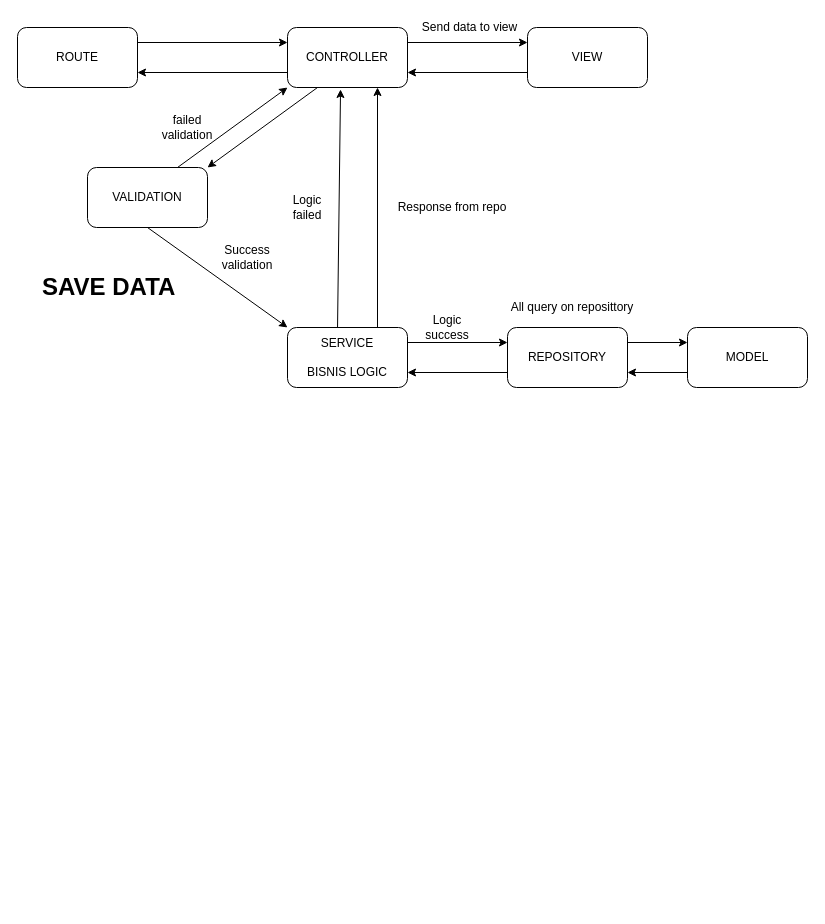
Above: Untitled Diagram.drawio in agungnfz/jobqu (draw.io), before the change. Source tidied: cells renumbered, new cells numbered last; positions are measured from the earlier drawing's top-left corner, leaving out a move shared by most shapes. Both pictures are drawn from the tidied source at 100%, with x=0, y=0 at pixel (17, 17).
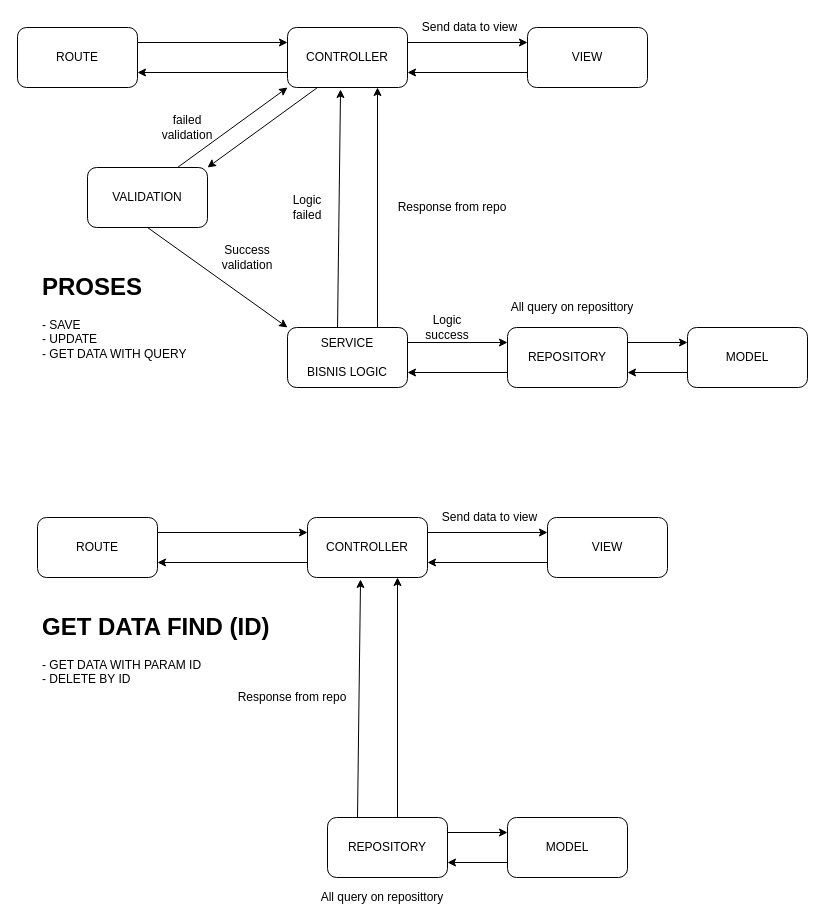
After the change.

Change to the diagram source:
```diff
@@
-    <mxCell id="20" value="&lt;h1&gt;SAVE DATA&lt;br&gt;&lt;/h1&gt;" style="text;html=1;strokeColor=none;fillColor=none;spacing=5;spacingTop=-20;whiteSpace=wrap;overflow=hidden;rounded=0;" parent="1" vertex="1">
-      <mxGeometry x="20" y="250" width="190" height="40" as="geometry" />
+    <mxCell id="20" value="&lt;h1&gt;PROSES&lt;/h1&gt;&lt;div&gt;- SAVE&lt;/div&gt;&lt;div&gt;- UPDATE&lt;/div&gt;&lt;div&gt;- GET DATA WITH QUERY&lt;/div&gt;" style="text;html=1;strokeColor=none;fillColor=none;spacing=5;spacingTop=-20;whiteSpace=wrap;overflow=hidden;rounded=0;" parent="1" vertex="1">
+      <mxGeometry x="20" y="250" width="220" height="100" as="geometry" />
     </mxCell>
@@
+    <mxCell id="30" value="ROUTE" style="rounded=1;whiteSpace=wrap;html=1;" parent="1" vertex="1">
+      <mxGeometry x="20" y="500" width="120" height="60" as="geometry" />
+    </mxCell>
+    <mxCell id="31" value="CONTROLLER" style="rounded=1;whiteSpace=wrap;html=1;" parent="1" vertex="1">
+      <mxGeometry x="290" y="500" width="120" height="60" as="geometry" />
+    </mxCell>
+    <mxCell id="32" value="REPOSITORY" style="rounded=1;whiteSpace=wrap;html=1;" parent="1" vertex="1">
+      <mxGeometry x="310" y="800" width="120" height="60" as="geometry" />
+    </mxCell>
+    <mxCell id="33" value="MODEL" style="rounded=1;whiteSpace=wrap;html=1;" parent="1" vertex="1">
+      <mxGeometry x="490" y="800" width="120" height="60" as="geometry" />
+    </mxCell>
+    <mxCell id="34" style="endArrow=classic;html=1;exitX=1;exitY=0.25;exitDx=0;exitDy=0;entryX=0;entryY=0.25;entryDx=0;entryDy=0;" parent="1" edge="1" source="32" target="33">
+      <mxGeometry relative="1" as="geometry" />
+    </mxCell>
+    <mxCell id="35" style="endArrow=classic;html=1;exitX=0;exitY=0.75;exitDx=0;exitDy=0;entryX=1;entryY=0.75;entryDx=0;entryDy=0;" parent="1" edge="1" source="33" target="32">
+      <mxGeometry relative="1" as="geometry" />
+    </mxCell>
+    <mxCell id="36" style="endArrow=classic;html=1;exitX=0.75;exitY=0;exitDx=0;exitDy=0;entryX=0.75;entryY=1;entryDx=0;entryDy=0;" parent="1" edge="1" target="31">
+      <mxGeometry relative="1" as="geometry">
+        <mxPoint x="380" y="800" as="sourcePoint" />
+      </mxGeometry>
+    </mxCell>
+    <mxCell id="37" style="endArrow=classic;html=1;exitX=1;exitY=0.25;exitDx=0;exitDy=0;entryX=0;entryY=0.25;entryDx=0;entryDy=0;" parent="1" edge="1" source="30" target="31">
+      <mxGeometry relative="1" as="geometry" />
+    </mxCell>
+    <mxCell id="38" style="endArrow=classic;html=1;exitX=0;exitY=0.75;exitDx=0;exitDy=0;entryX=1;entryY=0.75;entryDx=0;entryDy=0;" parent="1" edge="1" source="31" target="30">
+      <mxGeometry relative="1" as="geometry" />
+    </mxCell>
+    <mxCell id="39" value="&lt;div&gt;VIEW&lt;/div&gt;" style="rounded=1;whiteSpace=wrap;html=1;" parent="1" vertex="1">
+      <mxGeometry x="530" y="500" width="120" height="60" as="geometry" />
+    </mxCell>
+    <mxCell id="40" style="endArrow=classic;html=1;exitX=0;exitY=0.75;exitDx=0;exitDy=0;entryX=1;entryY=0.75;entryDx=0;entryDy=0;" parent="1" edge="1" source="39" target="31">
+      <mxGeometry relative="1" as="geometry" />
+    </mxCell>
+    <mxCell id="41" style="endArrow=classic;html=1;exitX=1;exitY=0.25;exitDx=0;exitDy=0;entryX=0;entryY=0.25;entryDx=0;entryDy=0;" parent="1" edge="1" source="31" target="39">
+      <mxGeometry relative="1" as="geometry" />
+    </mxCell>
+    <mxCell id="42" value="&lt;h1&gt;GET DATA FIND (ID)&lt;/h1&gt;&lt;div&gt;- GET DATA WITH PARAM ID&lt;/div&gt;&lt;div&gt;- DELETE BY ID&lt;br&gt;&lt;/div&gt;" style="text;html=1;strokeColor=none;fillColor=none;spacing=5;spacingTop=-20;whiteSpace=wrap;overflow=hidden;rounded=0;" parent="1" vertex="1">
+      <mxGeometry x="20" y="590" width="250" height="100" as="geometry" />
+    </mxCell>
+    <mxCell id="43" style="endArrow=classic;html=1;exitX=0.417;exitY=0;exitDx=0;exitDy=0;exitPerimeter=0;entryX=0.442;entryY=1.033;entryDx=0;entryDy=0;entryPerimeter=0;" parent="1" edge="1" target="31">
+      <mxGeometry relative="1" as="geometry">
+        <mxPoint x="340" y="800" as="sourcePoint" />
+      </mxGeometry>
+    </mxCell>
+    <mxCell id="44" value="Response from repo" style="text;html=1;strokeColor=none;fillColor=none;align=center;verticalAlign=middle;whiteSpace=wrap;rounded=0;" parent="1" vertex="1">
+      <mxGeometry x="210" y="670" width="130" height="20" as="geometry" />
+    </mxCell>
+    <mxCell id="45" value="Send data to view" style="text;html=1;strokeColor=none;fillColor=none;align=center;verticalAlign=middle;whiteSpace=wrap;rounded=0;" parent="1" vertex="1">
+      <mxGeometry x="415" y="490" width="115" height="20" as="geometry" />
+    </mxCell>
+    <mxCell id="46" value="All query on reposittory" style="text;html=1;strokeColor=none;fillColor=none;align=center;verticalAlign=middle;whiteSpace=wrap;rounded=0;" parent="1" vertex="1">
+      <mxGeometry x="290" y="870" width="150" height="20" as="geometry" />
+    </mxCell>
```
